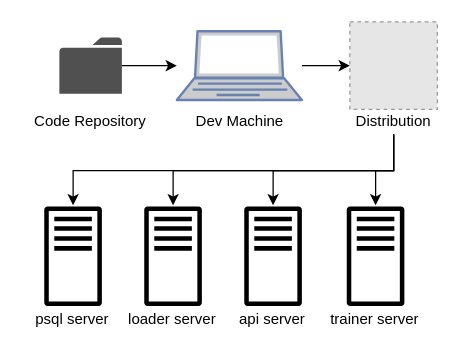
DannyDannyDanny/methodology keeps this draw.io diagram as page "Deploy" (8 of 9) of diagrams.drawio. Above is the earlier version. Source tidied: cells renumbered, new cells numbered last; positions are measured from the earlier drawing's top-left corner, leaving out a move shared by most shapes. Both pictures are drawn from the tidied source at 125%, with x=0, y=0 at pixel (21, 21). Pictures stored in the file or linked from it are replaced by grey dashed boxes.
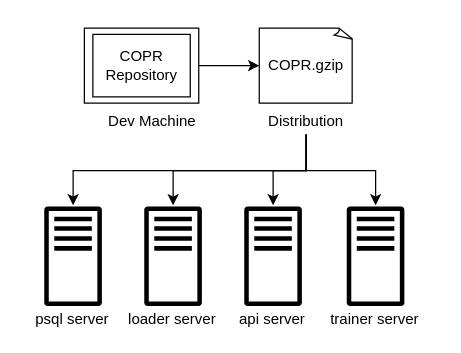
After the change.

Commit message:
Simplify deploy diagram

Change to the diagram source:
```diff
@@
-    <mxCell id="3" style="edgeStyle=orthogonalEdgeStyle;rounded=0;jettySize=auto;html=1;entryX=0;entryY=0.5;entryDx=0;entryDy=0;" parent="1" edge="1" source="4" target="10">
+    <mxCell id="3" style="edgeStyle=orthogonalEdgeStyle;rounded=0;jettySize=auto;html=1;" parent="1" edge="1" source="23" target="22">
       <mxGeometry relative="1" as="geometry" />
     </mxCell>
-    <mxCell id="4" style="fontColor=#0066CC;verticalAlign=top;verticalLabelPosition=bottom;labelPosition=center;align=center;html=1;outlineConnect=0;fillColor=#CCCCCC;strokeColor=#6881B3;gradientColor=none;gradientDirection=north;strokeWidth=2;shape=mxgraph.networks.laptop;shadow=0;" parent="1" vertex="1">
-      <mxGeometry x="124" y="7.5" width="100" height="55" as="geometry" />
-    </mxCell>
-    <mxCell id="5" style="edgeStyle=orthogonalEdgeStyle;rounded=0;jettySize=auto;html=1;" parent="1" edge="1" source="6" target="4">
-      <mxGeometry relative="1" as="geometry" />
-    </mxCell>
-    <mxCell id="6" style="shadow=0;dashed=0;html=1;strokeColor=none;fillColor=#505050;labelPosition=center;verticalLabelPosition=bottom;verticalAlign=top;outlineConnect=0;align=center;shape=mxgraph.office.concepts.folder;" parent="1" vertex="1">
-      <mxGeometry x="30" y="12.5" width="50" height="45" as="geometry" />
-    </mxCell>
-    <mxCell id="7" value="&lt;div&gt;Code Repository&lt;br&gt;&lt;/div&gt;" style="text;html=1;strokeColor=none;fillColor=none;align=center;verticalAlign=middle;whiteSpace=wrap;rounded=0;shadow=0;" parent="1" vertex="1">
-      <mxGeometry y="70" width="110" height="20" as="geometry" />
-    </mxCell>
     <mxCell id="8" value="Dev Machine" style="text;html=1;strokeColor=none;fillColor=none;align=center;verticalAlign=middle;whiteSpace=wrap;rounded=0;shadow=0;" parent="1" vertex="1">
-      <mxGeometry x="136.5" y="70" width="75" height="20" as="geometry" />
+      <mxGeometry x="66.5" y="70" width="75" height="20" as="geometry" />
     </mxCell>
@@
-    <mxCell id="10" style="fillColor=#E6E6E6;strokeColor=#999999;dashed=1;html=1;verticalAlign=top;verticalLabelPosition=bottom;labelBackgroundColor=#ffffff;" parent="1" vertex="1">
-      <mxGeometry x="262.4" width="70" height="70" as="geometry" />
-    </mxCell>
@@
     <mxCell id="15" value="Distribution" style="text;html=1;strokeColor=none;fillColor=none;align=center;verticalAlign=middle;whiteSpace=wrap;rounded=0;shadow=0;" parent="1" vertex="1">
-      <mxGeometry x="259.9" y="70" width="75" height="20" as="geometry" />
+      <mxGeometry x="189.9" y="70" width="75" height="20" as="geometry" />
     </mxCell>
@@
+    <mxCell id="22" value="&lt;div&gt;COPR.gzip&lt;/div&gt;" style="whiteSpace=wrap;html=1;shape=mxgraph.basic.document;" parent="1" vertex="1">
+      <mxGeometry x="189.9" y="5" width="75.1" height="60" as="geometry" />
+    </mxCell>
+    <mxCell id="23" style="rounded=0;whiteSpace=wrap;html=1;" parent="1" vertex="1">
+      <mxGeometry x="50" y="5" width="91.5" height="60" as="geometry" />
+    </mxCell>
+    <mxCell id="24" value="COPR Repository" style="rounded=0;whiteSpace=wrap;html=1;" parent="1" vertex="1">
+      <mxGeometry x="56.8" y="10" width="77.9" height="50" as="geometry" />
+    </mxCell>
```
